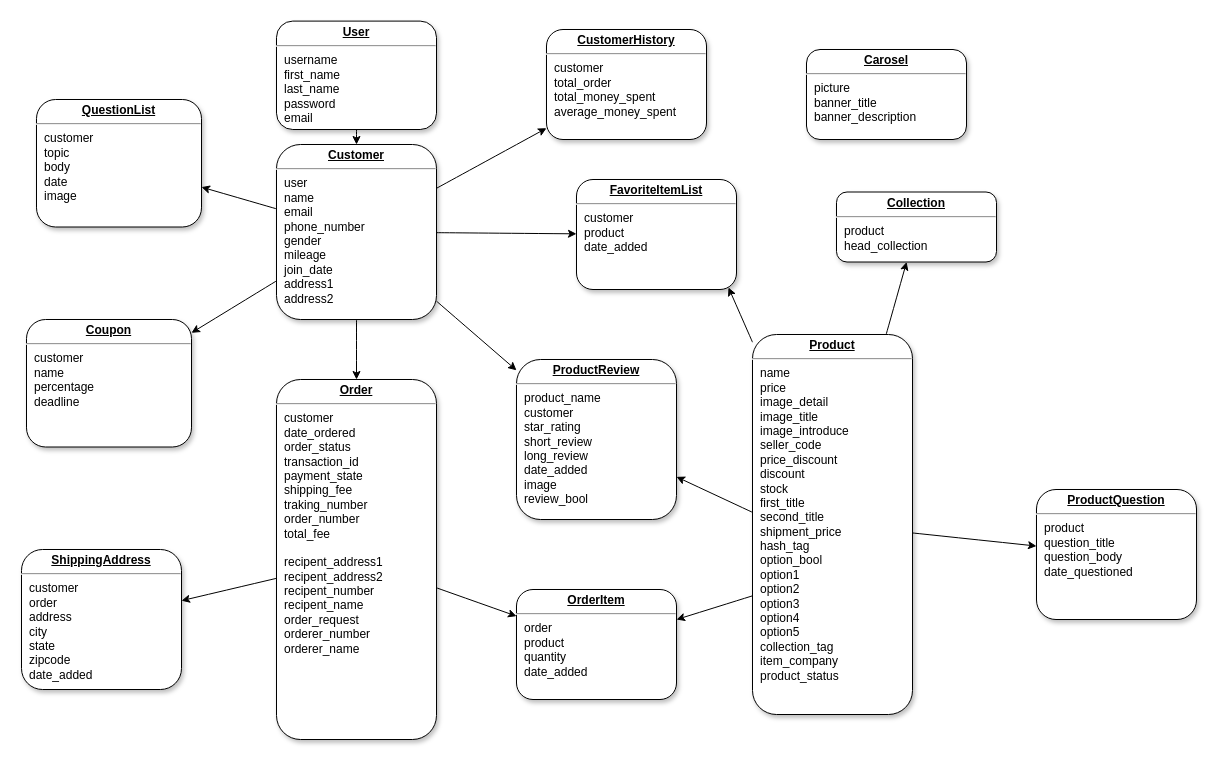
Above: DB.drawio in hennible0612/MangoTang (draw.io), before the change. Source tidied: cells renumbered, new cells numbered last; positions are measured from the earlier drawing's top-left corner, leaving out a move shared by most shapes. Both pictures are drawn from the tidied source at 100%, with x=0, y=0 at pixel (21, 21).
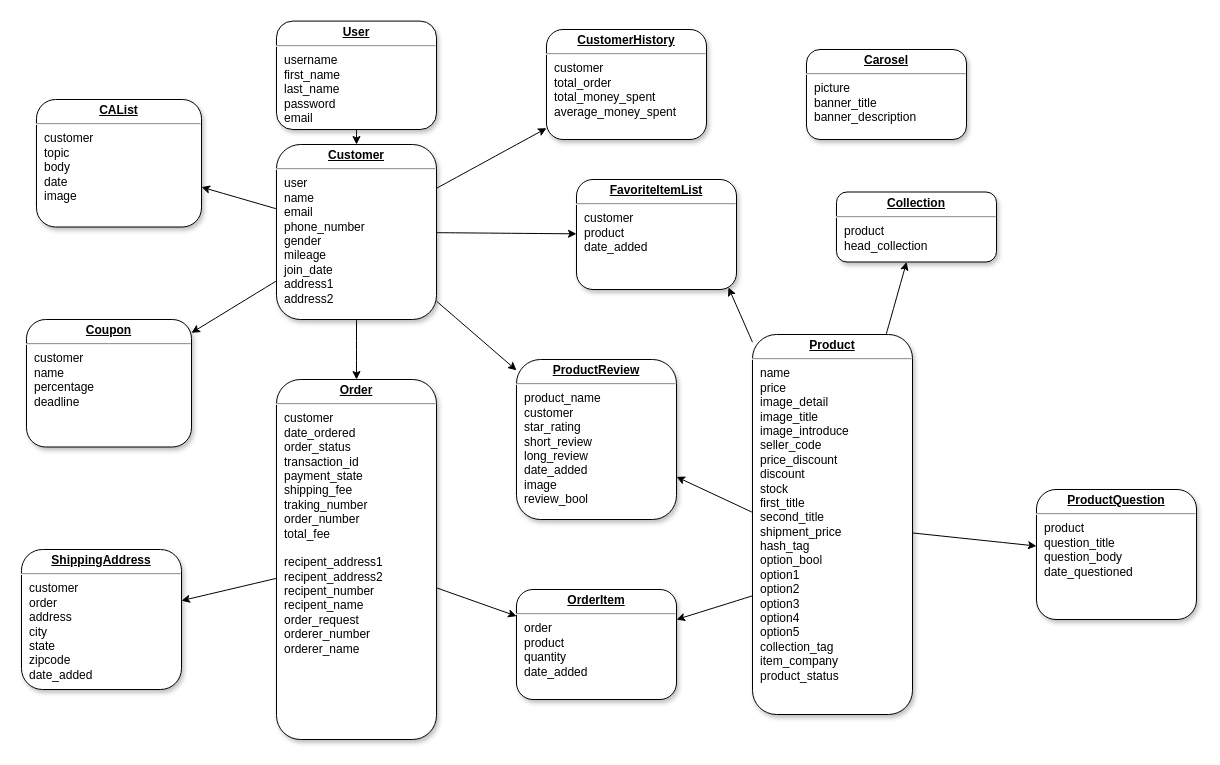
Above is the later version.

Commit message (it also covers changes not shown here):
bpmn DB 업데이트

.

The edit, as a diff of the source:
```diff
@@
-    <mxCell id="17" value="&lt;p style=&quot;margin: 0px ; margin-top: 4px ; text-align: center ; text-decoration: underline&quot;&gt;&lt;b&gt;QuestionList&lt;/b&gt;&lt;/p&gt;&lt;hr&gt;&lt;p style=&quot;margin: 0px ; margin-left: 8px&quot;&gt;customer&lt;/p&gt;&lt;p style=&quot;margin: 0px ; margin-left: 8px&quot;&gt;topic&lt;/p&gt;&lt;p style=&quot;margin: 0px ; margin-left: 8px&quot;&gt;body&lt;/p&gt;&lt;p style=&quot;margin: 0px ; margin-left: 8px&quot;&gt;date&lt;/p&gt;&lt;p style=&quot;margin: 0px ; margin-left: 8px&quot;&gt;image&lt;/p&gt;" style="verticalAlign=top;align=left;overflow=fill;fontSize=12;fontFamily=Helvetica;html=1;shadow=1;rounded=1;" parent="1" vertex="1">
+    <mxCell id="17" value="&lt;p style=&quot;margin: 0px ; margin-top: 4px ; text-align: center ; text-decoration: underline&quot;&gt;&lt;b&gt;CAList&lt;/b&gt;&lt;/p&gt;&lt;hr&gt;&lt;p style=&quot;margin: 0px ; margin-left: 8px&quot;&gt;customer&lt;/p&gt;&lt;p style=&quot;margin: 0px ; margin-left: 8px&quot;&gt;topic&lt;/p&gt;&lt;p style=&quot;margin: 0px ; margin-left: 8px&quot;&gt;body&lt;/p&gt;&lt;p style=&quot;margin: 0px ; margin-left: 8px&quot;&gt;date&lt;/p&gt;&lt;p style=&quot;margin: 0px ; margin-left: 8px&quot;&gt;image&lt;/p&gt;" style="verticalAlign=top;align=left;overflow=fill;fontSize=12;fontFamily=Helvetica;html=1;shadow=1;rounded=1;" parent="1" vertex="1">
       <mxGeometry x="15" y="78" width="165" height="127.5" as="geometry" />
     </mxCell>
```
